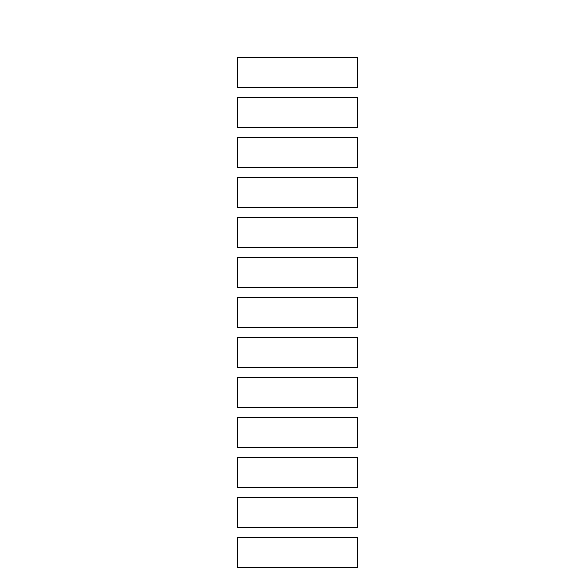
Before: drawio/圖4-1 系統層次圖.drawio in Roseller37/UML-diagram2, a draw.io diagram. Source tidied: cells renumbered, new cells numbered last; positions are measured from the earlier drawing's top-left corner, leaving out a move shared by most shapes. Both pictures are drawn from the tidied source at 100%, with x=0, y=0 at pixel (237, 57).
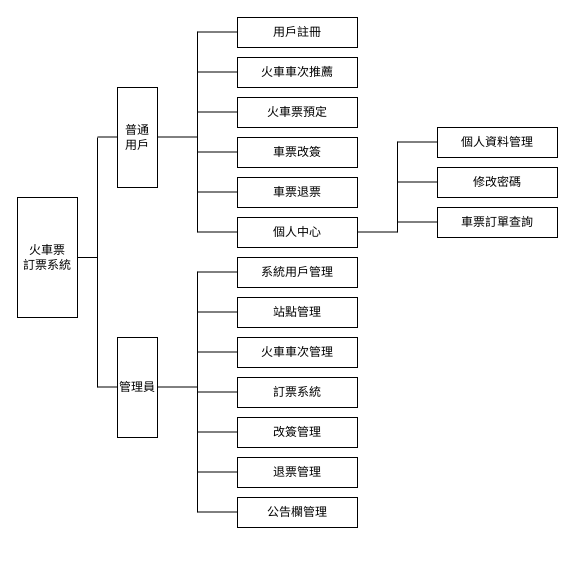
Above is the later version.

Commit message (it also covers changes not shown here):
更新圖4-1 系統層次圖.drawio

The edit, as a diff of the source:
```diff
@@
-    <mxCell id="2" style="rounded=0;whiteSpace=wrap;html=1;" parent="1" vertex="1">
-      <mxGeometry width="120" height="30" as="geometry" />
+    <mxCell id="2" value="用戶註冊" style="rounded=0;whiteSpace=wrap;html=1;" parent="1" vertex="1">
+      <mxGeometry y="-40" width="120" height="30" as="geometry" />
     </mxCell>
-    <mxCell id="3" style="rounded=0;whiteSpace=wrap;html=1;" parent="1" vertex="1">
-      <mxGeometry y="40" width="120" height="30" as="geometry" />
+    <mxCell id="3" value="火車車次推薦" style="rounded=0;whiteSpace=wrap;html=1;" parent="1" vertex="1">
+      <mxGeometry width="120" height="30" as="geometry" />
     </mxCell>
-    <mxCell id="4" style="rounded=0;whiteSpace=wrap;html=1;" parent="1" vertex="1">
-      <mxGeometry y="440" width="120" height="30" as="geometry" />
+    <mxCell id="4" value="退票管理" style="rounded=0;whiteSpace=wrap;html=1;" parent="1" vertex="1">
+      <mxGeometry y="400" width="120" height="30" as="geometry" />
     </mxCell>
-    <mxCell id="5" style="rounded=0;whiteSpace=wrap;html=1;" parent="1" vertex="1">
-      <mxGeometry y="400" width="120" height="30" as="geometry" />
+    <mxCell id="5" value="車票改簽" style="rounded=0;whiteSpace=wrap;html=1;" parent="1" vertex="1">
+      <mxGeometry y="80" width="120" height="30" as="geometry" />
     </mxCell>
-    <mxCell id="6" style="rounded=0;whiteSpace=wrap;html=1;" parent="1" vertex="1">
-      <mxGeometry y="80" width="120" height="30" as="geometry" />
+    <mxCell id="6" value="火車票預定" style="rounded=0;whiteSpace=wrap;html=1;" parent="1" vertex="1">
+      <mxGeometry y="40" width="120" height="30" as="geometry" />
     </mxCell>
-    <mxCell id="7" style="rounded=0;whiteSpace=wrap;html=1;" parent="1" vertex="1">
+    <mxCell id="7" value="車票退票" style="rounded=0;whiteSpace=wrap;html=1;" parent="1" vertex="1">
       <mxGeometry y="120" width="120" height="30" as="geometry" />
     </mxCell>
-    <mxCell id="8" style="rounded=0;whiteSpace=wrap;html=1;" parent="1" vertex="1">
+    <mxCell id="8" value="個人中心" style="rounded=0;whiteSpace=wrap;html=1;" parent="1" vertex="1">
       <mxGeometry y="160" width="120" height="30" as="geometry" />
     </mxCell>
-    <mxCell id="9" style="rounded=0;whiteSpace=wrap;html=1;" parent="1" vertex="1">
+    <mxCell id="9" value="系統用戶管理" style="rounded=0;whiteSpace=wrap;html=1;" parent="1" vertex="1">
       <mxGeometry y="200" width="120" height="30" as="geometry" />
     </mxCell>
-    <mxCell id="10" style="rounded=0;whiteSpace=wrap;html=1;" parent="1" vertex="1">
+    <mxCell id="10" value="站點管理" style="rounded=0;whiteSpace=wrap;html=1;" parent="1" vertex="1">
       <mxGeometry y="240" width="120" height="30" as="geometry" />
     </mxCell>
-    <mxCell id="11" style="rounded=0;whiteSpace=wrap;html=1;" parent="1" vertex="1">
+    <mxCell id="11" value="改簽管理" style="rounded=0;whiteSpace=wrap;html=1;" parent="1" vertex="1">
       <mxGeometry y="360" width="120" height="30" as="geometry" />
     </mxCell>
-    <mxCell id="12" style="rounded=0;whiteSpace=wrap;html=1;" parent="1" vertex="1">
+    <mxCell id="12" value="火車車次管理" style="rounded=0;whiteSpace=wrap;html=1;" parent="1" vertex="1">
       <mxGeometry y="280" width="120" height="30" as="geometry" />
     </mxCell>
-    <mxCell id="13" style="rounded=0;whiteSpace=wrap;html=1;" parent="1" vertex="1">
+    <mxCell id="13" value="訂票系統" style="rounded=0;whiteSpace=wrap;html=1;" parent="1" vertex="1">
       <mxGeometry y="320" width="120" height="30" as="geometry" />
     </mxCell>
-    <mxCell id="14" style="rounded=0;whiteSpace=wrap;html=1;" parent="1" vertex="1">
-      <mxGeometry y="480" width="120" height="30" as="geometry" />
+    <mxCell id="14" value="公告欄管理" style="rounded=0;whiteSpace=wrap;html=1;" parent="1" vertex="1">
+      <mxGeometry y="440" width="120" height="30" as="geometry" />
     </mxCell>
+    <mxCell id="15" value="修改密碼" style="rounded=0;whiteSpace=wrap;html=1;" parent="1" vertex="1">
+      <mxGeometry x="200" y="110" width="120" height="30" as="geometry" />
+    </mxCell>
+    <mxCell id="16" value="個人資料管理" style="rounded=0;whiteSpace=wrap;html=1;" parent="1" vertex="1">
+      <mxGeometry x="200" y="70" width="120" height="30" as="geometry" />
+    </mxCell>
+    <mxCell id="17" value="車票訂單查詢" style="rounded=0;whiteSpace=wrap;html=1;" parent="1" vertex="1">
+      <mxGeometry x="200" y="150" width="120" height="30" as="geometry" />
+    </mxCell>
+    <mxCell id="18" value="普通&lt;br&gt;用戶" style="rounded=0;whiteSpace=wrap;html=1;direction=south;" parent="1" vertex="1">
+      <mxGeometry x="-120" y="30" width="40" height="100" as="geometry" />
+    </mxCell>
+    <mxCell id="19" value="管理員" style="rounded=0;whiteSpace=wrap;html=1;direction=south;" parent="1" vertex="1">
+      <mxGeometry x="-120" y="280" width="40" height="100" as="geometry" />
+    </mxCell>
+    <mxCell id="20" value="火車票&lt;br&gt;訂票系統" style="rounded=0;whiteSpace=wrap;html=1;direction=south;" parent="1" vertex="1">
+      <mxGeometry x="-220" y="140" width="60" height="120" as="geometry" />
+    </mxCell>
+    <mxCell id="21" style="endArrow=none;html=1;rounded=0;" parent="1" edge="1">
+      <mxGeometry relative="1" as="geometry">
+        <mxPoint x="-160" y="200" as="sourcePoint" />
+        <mxPoint x="-140" y="200" as="targetPoint" />
+      </mxGeometry>
+    </mxCell>
+    <mxCell id="22" style="endArrow=none;html=1;rounded=0;" parent="1" edge="1">
+      <mxGeometry relative="1" as="geometry">
+        <mxPoint x="-140" y="329.5" as="sourcePoint" />
+        <mxPoint x="-120" y="329.5" as="targetPoint" />
+      </mxGeometry>
+    </mxCell>
+    <mxCell id="23" style="endArrow=none;html=1;rounded=0;" parent="1" edge="1">
+      <mxGeometry relative="1" as="geometry">
+        <mxPoint x="-140" y="79.5" as="sourcePoint" />
+        <mxPoint x="-120" y="79.5" as="targetPoint" />
+      </mxGeometry>
+    </mxCell>
+    <mxCell id="24" style="endArrow=none;html=1;rounded=0;" parent="1" edge="1">
+      <mxGeometry relative="1" as="geometry">
+        <mxPoint x="-80" y="79.5" as="sourcePoint" />
+        <mxPoint x="-40" y="79.5" as="targetPoint" />
+      </mxGeometry>
+    </mxCell>
+    <mxCell id="25" style="endArrow=none;html=1;rounded=0;" parent="1" edge="1">
+      <mxGeometry relative="1" as="geometry">
+        <mxPoint x="-40" y="-25.5" as="sourcePoint" />
+        <mxPoint y="-25.5" as="targetPoint" />
+      </mxGeometry>
+    </mxCell>
+    <mxCell id="26" style="endArrow=none;html=1;rounded=0;" parent="1" edge="1">
+      <mxGeometry relative="1" as="geometry">
+        <mxPoint x="-40" y="14.5" as="sourcePoint" />
+        <mxPoint y="14.5" as="targetPoint" />
+      </mxGeometry>
+    </mxCell>
+    <mxCell id="27" style="endArrow=none;html=1;rounded=0;" parent="1" edge="1">
+      <mxGeometry relative="1" as="geometry">
+        <mxPoint x="-40" y="54.5" as="sourcePoint" />
+        <mxPoint y="54.5" as="targetPoint" />
+      </mxGeometry>
+    </mxCell>
+    <mxCell id="28" style="endArrow=none;html=1;rounded=0;" parent="1" edge="1">
+      <mxGeometry relative="1" as="geometry">
+        <mxPoint x="-40" y="94.5" as="sourcePoint" />
+        <mxPoint y="94.5" as="targetPoint" />
+      </mxGeometry>
+    </mxCell>
+    <mxCell id="29" style="endArrow=none;html=1;rounded=0;" parent="1" edge="1">
+      <mxGeometry relative="1" as="geometry">
+        <mxPoint x="-40" y="174.5" as="sourcePoint" />
+        <mxPoint y="174.5" as="targetPoint" />
+      </mxGeometry>
+    </mxCell>
+    <mxCell id="30" style="endArrow=none;html=1;rounded=0;" parent="1" edge="1">
+      <mxGeometry relative="1" as="geometry">
+        <mxPoint x="-40" y="134.5" as="sourcePoint" />
+        <mxPoint y="134.5" as="targetPoint" />
+      </mxGeometry>
+    </mxCell>
+    <mxCell id="31" style="endArrow=none;html=1;rounded=0;" parent="1" edge="1">
+      <mxGeometry relative="1" as="geometry">
+        <mxPoint x="-40" y="214.5" as="sourcePoint" />
+        <mxPoint y="214.5" as="targetPoint" />
+      </mxGeometry>
+    </mxCell>
+    <mxCell id="32" style="endArrow=none;html=1;rounded=0;" parent="1" edge="1">
+      <mxGeometry relative="1" as="geometry">
+        <mxPoint x="-40" y="254.5" as="sourcePoint" />
+        <mxPoint y="254.5" as="targetPoint" />
+      </mxGeometry>
+    </mxCell>
+    <mxCell id="33" style="endArrow=none;html=1;rounded=0;" parent="1" edge="1">
+      <mxGeometry relative="1" as="geometry">
+        <mxPoint x="-40" y="294.5" as="sourcePoint" />
+        <mxPoint y="294.5" as="targetPoint" />
+      </mxGeometry>
+    </mxCell>
+    <mxCell id="34" style="endArrow=none;html=1;rounded=0;" parent="1" edge="1">
+      <mxGeometry relative="1" as="geometry">
+        <mxPoint x="-40" y="334.5" as="sourcePoint" />
+        <mxPoint y="334.5" as="targetPoint" />
+      </mxGeometry>
+    </mxCell>
+    <mxCell id="35" style="endArrow=none;html=1;rounded=0;" parent="1" edge="1">
+      <mxGeometry relative="1" as="geometry">
+        <mxPoint x="-40" y="374.5" as="sourcePoint" />
+        <mxPoint y="374.5" as="targetPoint" />
+      </mxGeometry>
+    </mxCell>
+    <mxCell id="36" style="endArrow=none;html=1;rounded=0;" parent="1" edge="1">
+      <mxGeometry relative="1" as="geometry">
+        <mxPoint x="-40" y="414.5" as="sourcePoint" />
+        <mxPoint y="414.5" as="targetPoint" />
+      </mxGeometry>
+    </mxCell>
+    <mxCell id="37" style="endArrow=none;html=1;rounded=0;" parent="1" edge="1">
+      <mxGeometry relative="1" as="geometry">
+        <mxPoint x="-40" y="454.5" as="sourcePoint" />
+        <mxPoint y="454.5" as="targetPoint" />
+      </mxGeometry>
+    </mxCell>
+    <mxCell id="38" style="endArrow=none;html=1;rounded=0;" parent="1" edge="1">
+      <mxGeometry relative="1" as="geometry">
+        <mxPoint x="160" y="84.5" as="sourcePoint" />
+        <mxPoint x="200" y="84.5" as="targetPoint" />
+      </mxGeometry>
+    </mxCell>
+    <mxCell id="39" style="endArrow=none;html=1;rounded=0;" parent="1" edge="1">
+      <mxGeometry relative="1" as="geometry">
+        <mxPoint x="160" y="124.5" as="sourcePoint" />
+        <mxPoint x="200" y="124.5" as="targetPoint" />
+      </mxGeometry>
+    </mxCell>
+    <mxCell id="40" style="endArrow=none;html=1;rounded=0;" parent="1" edge="1">
+      <mxGeometry relative="1" as="geometry">
+        <mxPoint x="160" y="164.5" as="sourcePoint" />
+        <mxPoint x="200" y="164.5" as="targetPoint" />
+      </mxGeometry>
+    </mxCell>
+    <mxCell id="41" style="endArrow=none;html=1;rounded=0;" parent="1" edge="1">
+      <mxGeometry relative="1" as="geometry">
+        <mxPoint x="120" y="174.5" as="sourcePoint" />
+        <mxPoint x="160" y="174.5" as="targetPoint" />
+      </mxGeometry>
+    </mxCell>
+    <mxCell id="42" style="endArrow=none;html=1;rounded=0;endSize=6;" parent="1" edge="1">
+      <mxGeometry relative="1" as="geometry">
+        <mxPoint x="160" y="175" as="sourcePoint" />
+        <mxPoint x="160" y="84" as="targetPoint" />
+      </mxGeometry>
+    </mxCell>
+    <mxCell id="43" style="endArrow=none;html=1;rounded=0;endSize=6;" parent="1" edge="1">
+      <mxGeometry relative="1" as="geometry">
+        <mxPoint x="-40" y="175" as="sourcePoint" />
+        <mxPoint x="-40" y="-26" as="targetPoint" />
+      </mxGeometry>
+    </mxCell>
+    <mxCell id="44" style="endArrow=none;html=1;rounded=0;endSize=6;" parent="1" edge="1">
+      <mxGeometry relative="1" as="geometry">
+        <mxPoint x="-40" y="455" as="sourcePoint" />
+        <mxPoint x="-40" y="214" as="targetPoint" />
+      </mxGeometry>
+    </mxCell>
+    <mxCell id="45" style="endArrow=none;html=1;rounded=0;" parent="1" edge="1">
+      <mxGeometry relative="1" as="geometry">
+        <mxPoint x="-80" y="329.5" as="sourcePoint" />
+        <mxPoint x="-40" y="329.5" as="targetPoint" />
+      </mxGeometry>
+    </mxCell>
+    <mxCell id="46" style="endArrow=none;html=1;rounded=0;" parent="1" edge="1">
+      <mxGeometry relative="1" as="geometry">
+        <mxPoint x="-140" y="330" as="sourcePoint" />
+        <mxPoint x="-140" y="80" as="targetPoint" />
+      </mxGeometry>
+    </mxCell>
```
